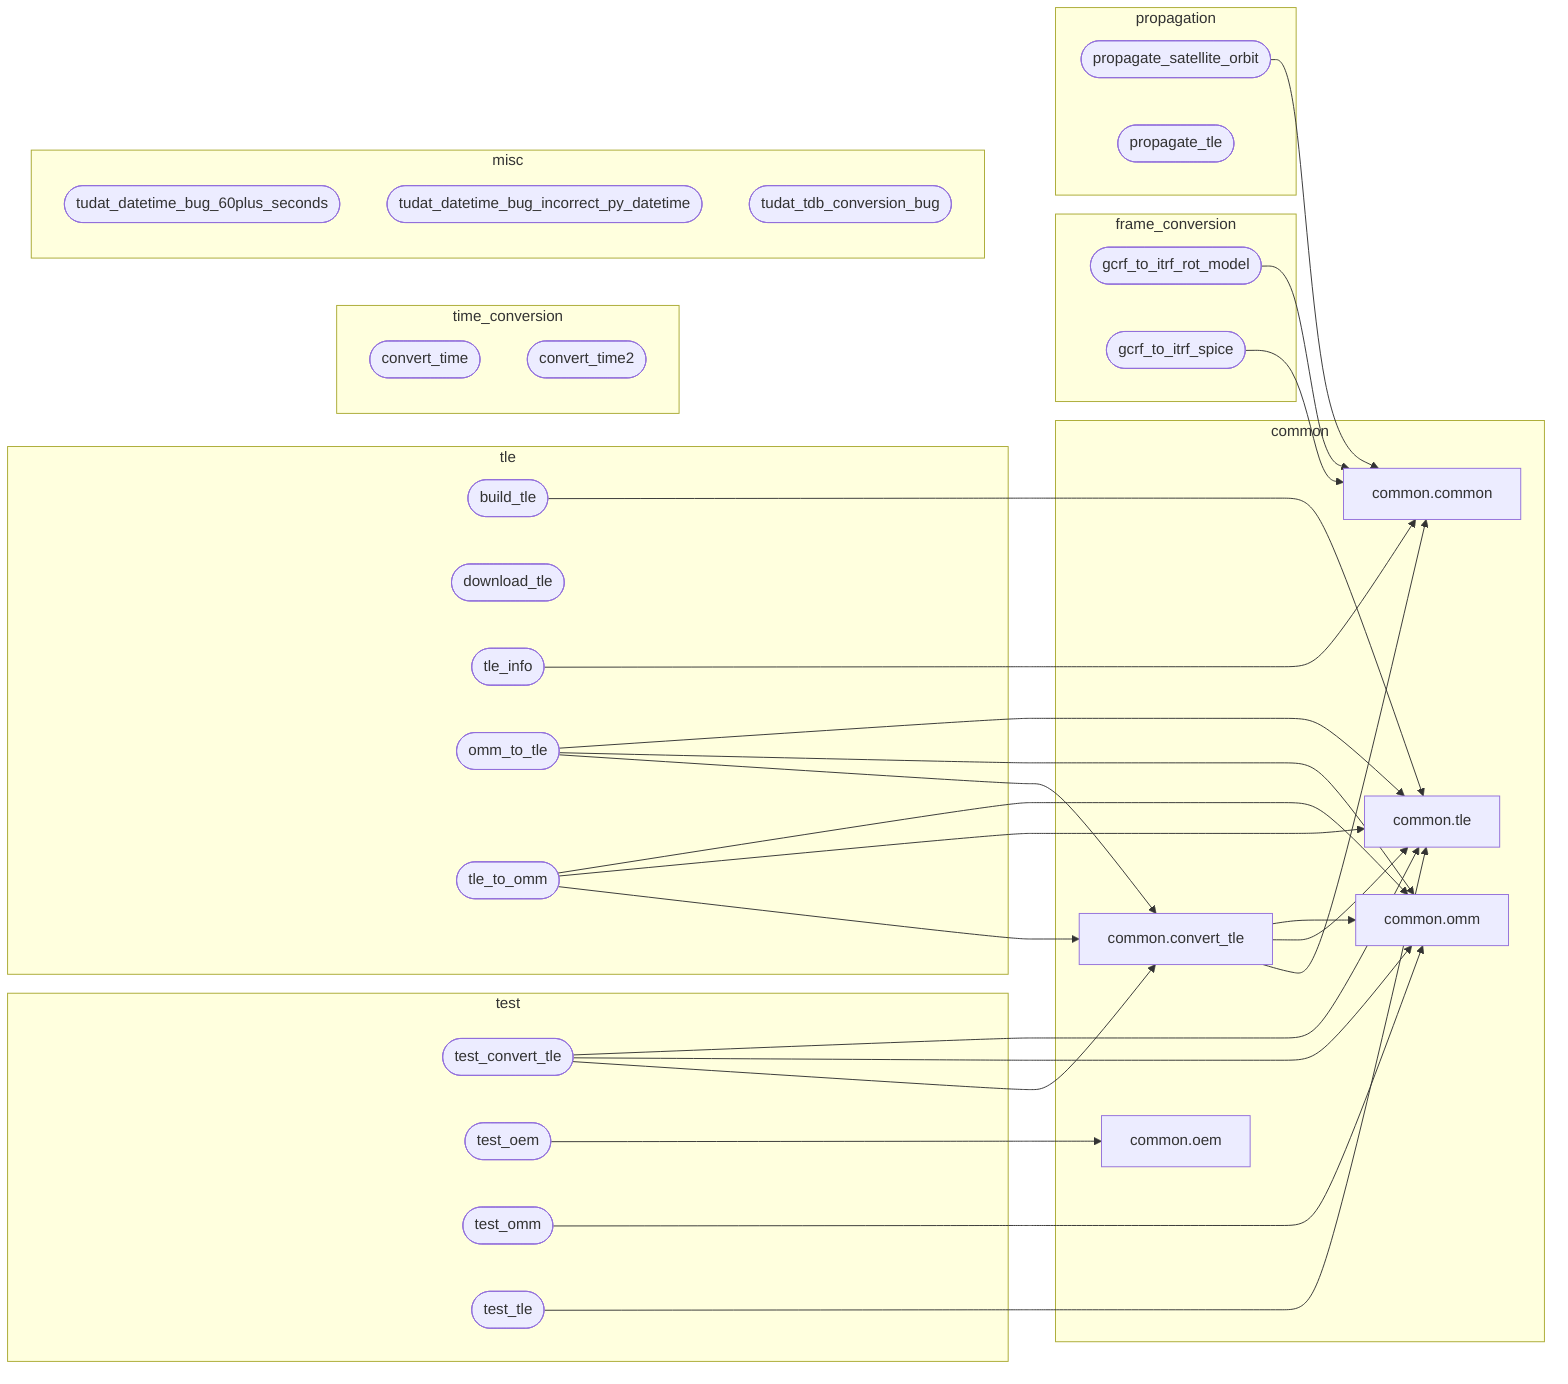
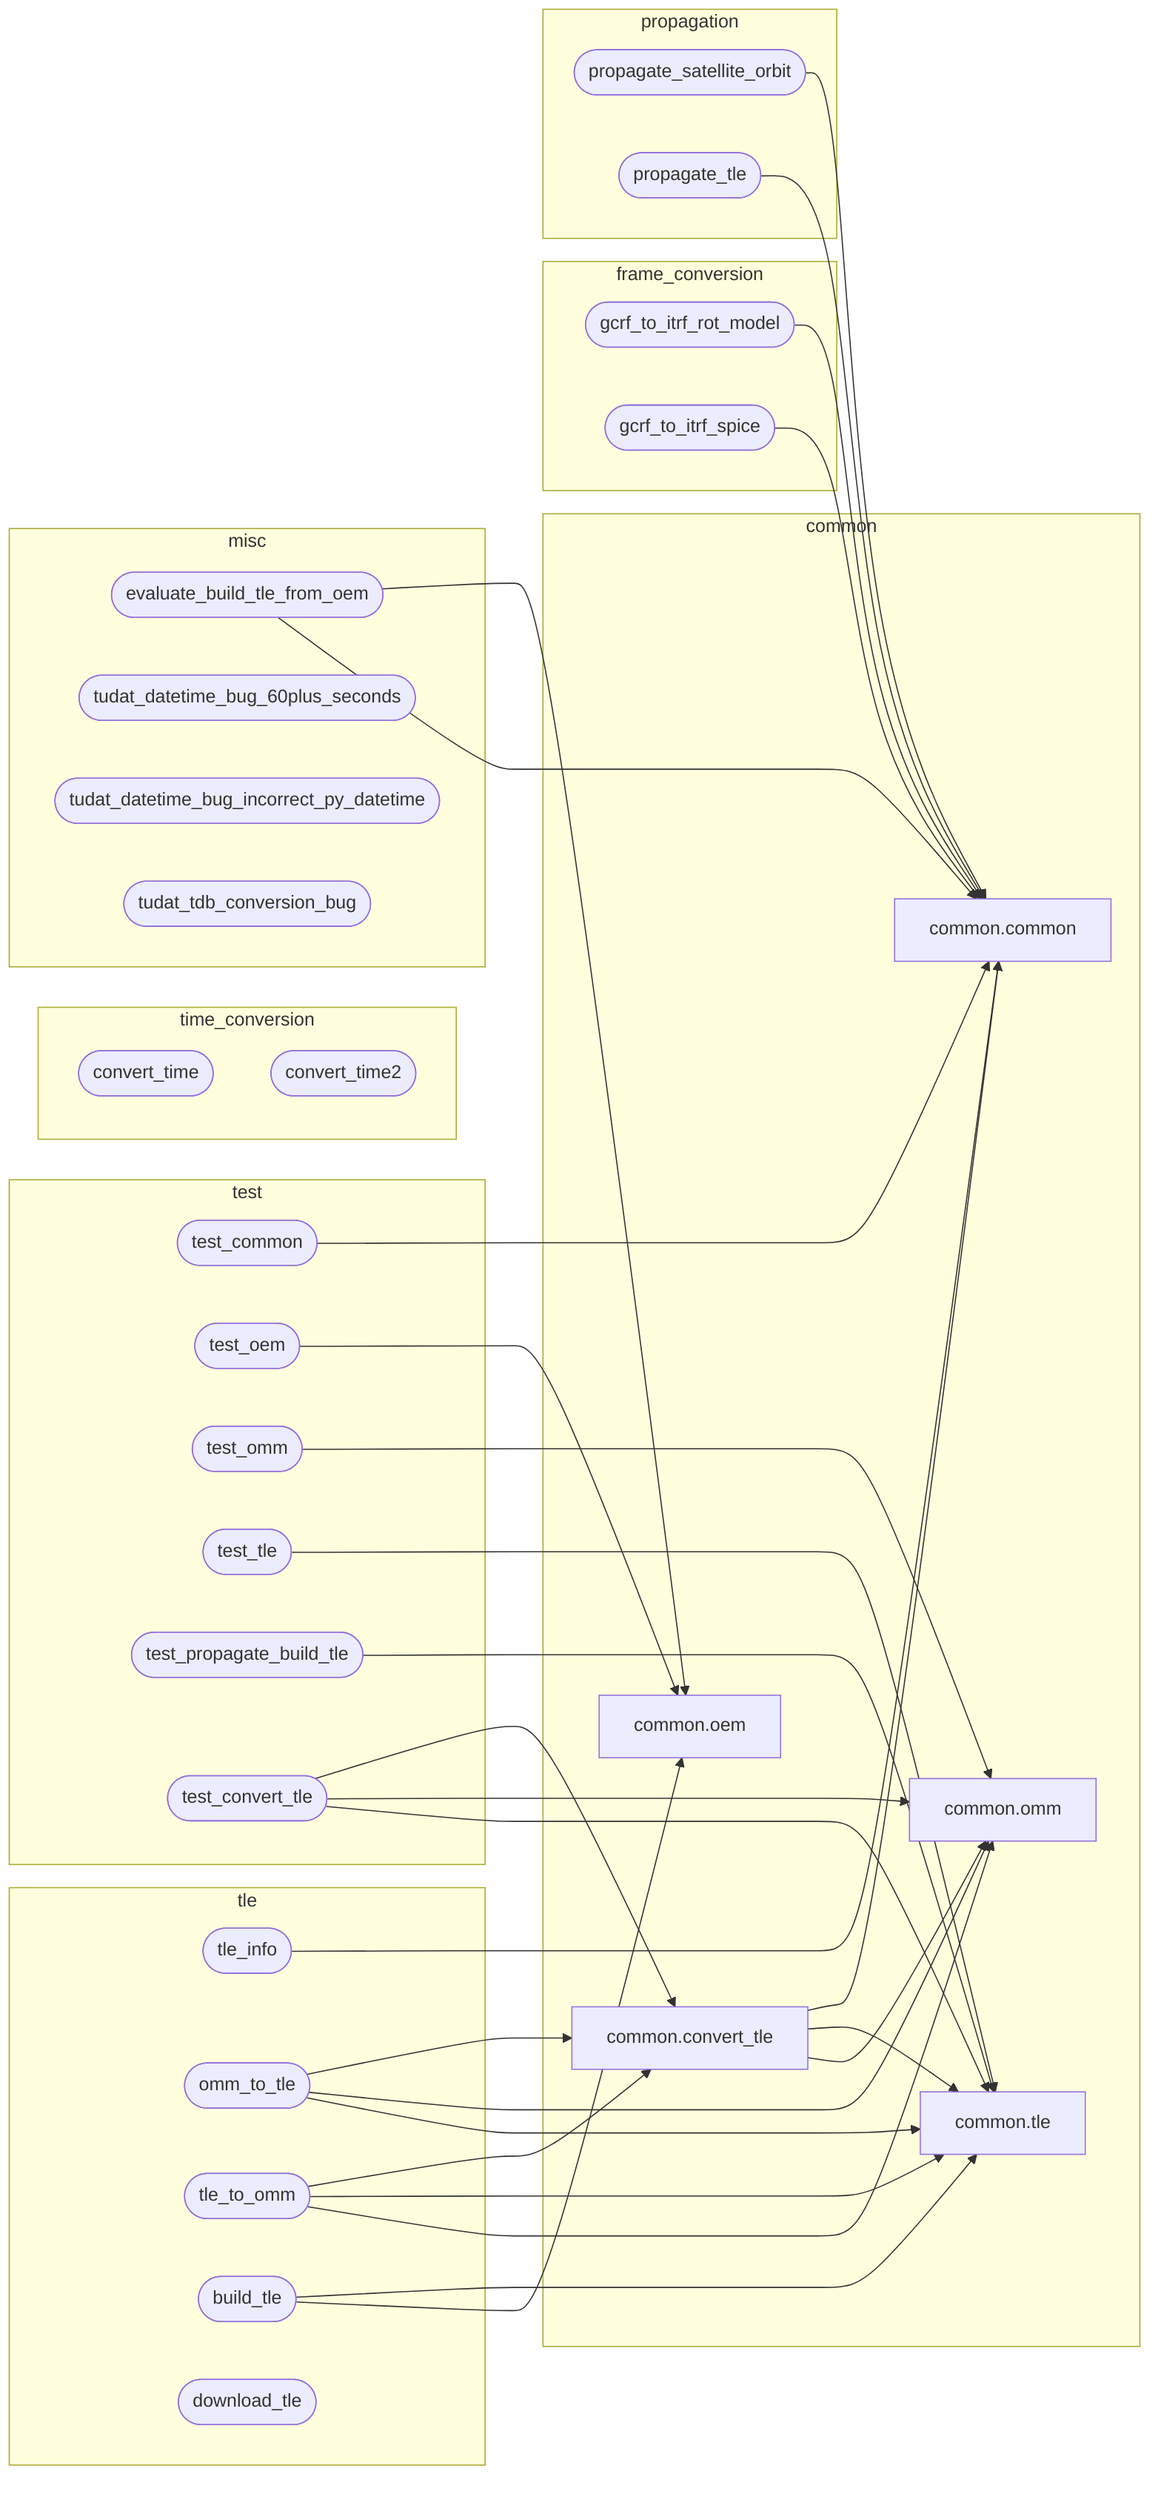
---
config:
  flowchart:
    curve: basis
---
graph LR

%% Internal Python module dependencies
%% Standalone scripts use stadium shape ([...])
%% Library modules use default rectangle shape [...]

    subgraph common
        mod_common_common[common.common]
        mod_common_oem[common.oem]
        mod_common_tle[common.tle]
        mod_common_omm[common.omm]
        mod_common_convert_tle[common.convert_tle]
    end

    subgraph frame_conversion
        mod_frame_conversion_gcrf_to_itrf_rot_model([gcrf_to_itrf_rot_model])
        mod_frame_conversion_gcrf_to_itrf_spice([gcrf_to_itrf_spice])
    end

    subgraph propagation
        mod_propagation_propagate_satellite_orbit([propagate_satellite_orbit])
        mod_propagation_propagate_tle([propagate_tle])
    end

    subgraph tle
-         mod_tle_build_tle([build_tle])
-         mod_tle_download_tle([download_tle])
        mod_tle_tle_info([tle_info])
        mod_tle_omm_to_tle([omm_to_tle])
        mod_tle_tle_to_omm([tle_to_omm])
+         mod_tle_build_tle([build_tle])
+         mod_tle_download_tle([download_tle])
    end

    subgraph test
-         mod_test_test_convert_tle([test_convert_tle])
+         mod_test_test_common([test_common])
        mod_test_test_oem([test_oem])
        mod_test_test_omm([test_omm])
        mod_test_test_tle([test_tle])
+         mod_test_test_propagate_build_tle([test_propagate_build_tle])
+         mod_test_test_convert_tle([test_convert_tle])
    end

    subgraph time_conversion
        mod_time_conversion_tools_convert_time([convert_time])
        mod_time_conversion_tools_convert_time2([convert_time2])
    end

    subgraph misc
+         mod_misc_evaluate_build_tle_from_oem([evaluate_build_tle_from_oem])
        mod_misc_tudat_datetime_bug_60plus_seconds([tudat_datetime_bug_60plus_seconds])
        mod_misc_tudat_datetime_bug_incorrect_py_datetime([tudat_datetime_bug_incorrect_py_datetime])
        mod_misc_tudat_tdb_conversion_bug([tudat_tdb_conversion_bug])
    end

    %% Edges
    mod_common_convert_tle --> mod_common_common
    mod_common_convert_tle --> mod_common_tle
    mod_common_convert_tle --> mod_common_omm
    mod_frame_conversion_gcrf_to_itrf_rot_model --> mod_common_common
    mod_frame_conversion_gcrf_to_itrf_spice --> mod_common_common
    mod_propagation_propagate_satellite_orbit --> mod_common_common
+     mod_propagation_propagate_tle --> mod_common_common
    mod_test_test_convert_tle --> mod_common_convert_tle
    mod_test_test_convert_tle --> mod_common_omm
    mod_test_test_convert_tle --> mod_common_tle
    mod_test_test_oem --> mod_common_oem
    mod_test_test_omm --> mod_common_omm
    mod_test_test_tle --> mod_common_tle
    mod_tle_build_tle --> mod_common_tle
+     mod_tle_build_tle --> mod_common_oem
    mod_tle_omm_to_tle --> mod_common_convert_tle
    mod_tle_omm_to_tle --> mod_common_omm
    mod_tle_omm_to_tle --> mod_common_tle
    mod_tle_tle_info --> mod_common_common
    mod_tle_tle_to_omm --> mod_common_convert_tle
    mod_tle_tle_to_omm --> mod_common_tle
    mod_tle_tle_to_omm --> mod_common_omm
+     mod_test_test_common --> mod_common_common
+     mod_test_test_propagate_build_tle --> mod_common_tle
+     mod_misc_evaluate_build_tle_from_oem --> mod_common_oem
+     mod_misc_evaluate_build_tle_from_oem --> mod_common_common
